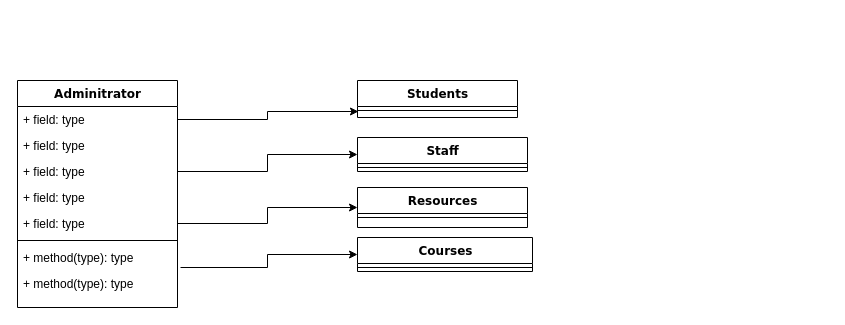
Above: extra/Untitled Diagram.drawio in Laxman67/SchoolCool (draw.io), before the change. Source tidied: cells renumbered, new cells numbered last; positions are measured from the earlier drawing's top-left corner, leaving out a move shared by most shapes. Both pictures are drawn from the tidied source at 100%, with x=0, y=0 at pixel (17, 80).
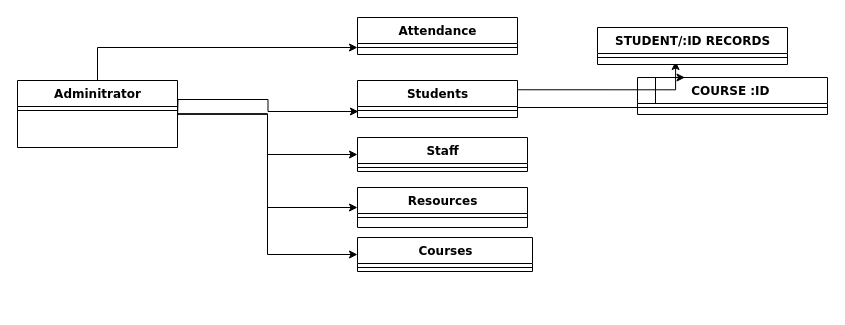
The same diagram, later.

Unchanged cells that the change refers to:
```xml
<mxCell id="11" value="Students" style="swimlane;html=1;fontStyle=1;align=center;verticalAlign=top;horizontal=1;startSize=26;swimlaneFillColor=#ffffff;rounded=0;shadow=0;comic=0;labelBackgroundColor=none;strokeWidth=1;fillColor=none;fontFamily=Verdana;fontSize=12;" parent="1" vertex="1">
  <mxGeometry x="340" width="160" height="37" as="geometry" />
</mxCell>
<mxCell id="12" style="line;html=1;strokeWidth=1;fillColor=none;align=left;verticalAlign=middle;spacingTop=-1;spacingLeft=3;spacingRight=3;labelPosition=right;points=[];portConstraint=eastwest;" parent="11" vertex="1">
  <mxGeometry y="26" width="160" height="8" as="geometry" />
</mxCell>
<mxCell id="13" value="Staff" style="swimlane;html=1;fontStyle=1;align=center;verticalAlign=top;horizontal=1;startSize=26;swimlaneFillColor=#ffffff;rounded=0;shadow=0;comic=0;labelBackgroundColor=none;strokeWidth=1;fillColor=none;fontFamily=Verdana;fontSize=12;" parent="1" vertex="1">
  <mxGeometry x="340" y="57" width="170" height="34" as="geometry" />
</mxCell>
<mxCell id="16" value="Resources" style="swimlane;html=1;fontStyle=1;align=center;verticalAlign=top;horizontal=1;startSize=26;swimlaneFillColor=#ffffff;rounded=0;shadow=0;comic=0;labelBackgroundColor=none;strokeWidth=1;fillColor=none;fontFamily=Verdana;fontSize=12;" parent="1" vertex="1">
  <mxGeometry x="340" y="107" width="170" height="40" as="geometry" />
</mxCell>
<mxCell id="20" value="Courses" style="swimlane;html=1;fontStyle=1;align=center;verticalAlign=top;horizontal=1;startSize=26;swimlaneFillColor=#ffffff;rounded=0;shadow=0;comic=0;labelBackgroundColor=none;strokeWidth=1;fillColor=none;fontFamily=Verdana;fontSize=12;" parent="1" vertex="1">
  <mxGeometry x="340" y="157" width="175" height="34" as="geometry" />
</mxCell>
```

Diff of the diagram source:
```diff
@@
+    <mxCell id="23" style="edgeStyle=orthogonalEdgeStyle;rounded=0;jettySize=auto;html=1;entryX=0;entryY=0.5;entryDx=0;entryDy=0;" parent="1" edge="1" source="2" target="20">
+      <mxGeometry relative="1" as="geometry" />
+    </mxCell>
+    <mxCell id="24" style="edgeStyle=orthogonalEdgeStyle;rounded=0;jettySize=auto;html=1;" parent="1" edge="1" source="2" target="28">
+      <mxGeometry relative="1" as="geometry" />
+    </mxCell>
     <mxCell id="2" value="Adminitrator" style="swimlane;html=1;fontStyle=1;align=center;verticalAlign=top;horizontal=1;startSize=26;swimlaneFillColor=#ffffff;rounded=0;shadow=0;comic=0;labelBackgroundColor=none;strokeWidth=1;fillColor=none;fontFamily=Verdana;fontSize=12;" parent="1" vertex="1">
-      <mxGeometry width="160" height="227" as="geometry" />
+      <mxGeometry width="160" height="67" as="geometry" />
     </mxCell>
-    <mxCell id="3" value="+ field: type" style="text;html=1;strokeColor=none;fillColor=none;align=left;verticalAlign=top;spacingLeft=4;spacingRight=4;whiteSpace=wrap;overflow=hidden;points=[[0,0.5],[1,0.5]];portConstraint=eastwest;" parent="2" vertex="1">
-      <mxGeometry y="26" width="160" height="26" as="geometry" />
-    </mxCell>
-    <mxCell id="4" value="+ field: type" style="text;html=1;strokeColor=none;fillColor=none;align=left;verticalAlign=top;spacingLeft=4;spacingRight=4;whiteSpace=wrap;overflow=hidden;" parent="2" vertex="1">
-      <mxGeometry y="52" width="160" height="26" as="geometry" />
-    </mxCell>
-    <mxCell id="5" value="+ field: type" style="text;html=1;strokeColor=none;fillColor=none;align=left;verticalAlign=top;spacingLeft=4;spacingRight=4;whiteSpace=wrap;overflow=hidden;points=[[0,0.5],[1,0.5]];portConstraint=eastwest;" parent="2" vertex="1">
-      <mxGeometry y="78" width="160" height="26" as="geometry" />
-    </mxCell>
-    <mxCell id="6" value="+ field: type" style="text;html=1;strokeColor=none;fillColor=none;align=left;verticalAlign=top;spacingLeft=4;spacingRight=4;whiteSpace=wrap;overflow=hidden;" parent="2" vertex="1">
-      <mxGeometry y="104" width="160" height="26" as="geometry" />
-    </mxCell>
-    <mxCell id="7" value="+ field: type" style="text;html=1;strokeColor=none;fillColor=none;align=left;verticalAlign=top;spacingLeft=4;spacingRight=4;whiteSpace=wrap;overflow=hidden;points=[[0,0.5],[1,0.5]];portConstraint=eastwest;" parent="2" vertex="1">
-      <mxGeometry y="130" width="160" height="26" as="geometry" />
-    </mxCell>
     <mxCell id="8" style="line;html=1;strokeWidth=1;fillColor=none;align=left;verticalAlign=middle;spacingTop=-1;spacingLeft=3;spacingRight=3;labelPosition=right;" parent="2" vertex="1">
-      <mxGeometry y="156" width="160" height="8" as="geometry" />
+      <mxGeometry y="26" width="160" height="8" as="geometry" />
     </mxCell>
-    <mxCell id="9" value="+ method(type): type" style="text;html=1;strokeColor=none;fillColor=none;align=left;verticalAlign=top;spacingLeft=4;spacingRight=4;whiteSpace=wrap;overflow=hidden;points=[[0,0.5],[1,0.5]];portConstraint=eastwest;" parent="2" vertex="1">
-      <mxGeometry y="164" width="160" height="26" as="geometry" />
-    </mxCell>
-    <mxCell id="10" value="+ method(type): type" style="text;html=1;strokeColor=none;fillColor=none;align=left;verticalAlign=top;spacingLeft=4;spacingRight=4;whiteSpace=wrap;overflow=hidden;" parent="2" vertex="1">
-      <mxGeometry y="190" width="160" height="26" as="geometry" />
-    </mxCell>
+    <mxCell id="25" style="edgeStyle=orthogonalEdgeStyle;rounded=0;jettySize=auto;html=1;entryX=0.411;entryY=1;entryDx=0;entryDy=0;entryPerimeter=0;exitX=1;exitY=0.25;exitDx=0;exitDy=0;" parent="1" edge="1" source="11" target="30">
+      <mxGeometry relative="1" as="geometry" />
+    </mxCell>
+    <mxCell id="26" style="edgeStyle=orthogonalEdgeStyle;rounded=0;jettySize=auto;html=1;entryX=0.25;entryY=0;entryDx=0;entryDy=0;" parent="1" edge="1" source="11" target="31">
+      <mxGeometry relative="1" as="geometry">
+        <Array as="points">
+          <mxPoint x="638" y="27" />
+        </Array>
+      </mxGeometry>
+    </mxCell>
@@
-    <mxCell id="15" style="edgeStyle=orthogonalEdgeStyle;rounded=0;jettySize=auto;html=1;entryX=0.006;entryY=0.625;entryDx=0;entryDy=0;entryPerimeter=0;" parent="1" edge="1" source="3" target="12">
-      <mxGeometry relative="1" as="geometry" />
+    <mxCell id="15" style="edgeStyle=orthogonalEdgeStyle;rounded=0;jettySize=auto;html=1;entryX=0.006;entryY=0.625;entryDx=0;entryDy=0;entryPerimeter=0;" parent="1" edge="1" target="12">
+      <mxGeometry relative="1" as="geometry">
+        <mxPoint x="160" y="39" as="sourcePoint" />
+      </mxGeometry>
     </mxCell>
@@
-    <mxCell id="18" style="edgeStyle=orthogonalEdgeStyle;rounded=0;jettySize=auto;html=1;" parent="1" edge="1" source="5" target="13">
+    <mxCell id="18" style="edgeStyle=orthogonalEdgeStyle;rounded=0;jettySize=auto;html=1;exitX=1;exitY=0.5;exitDx=0;exitDy=0;" parent="1" edge="1" source="2" target="13">
       <mxGeometry relative="1" as="geometry" />
     </mxCell>
-    <mxCell id="19" style="edgeStyle=orthogonalEdgeStyle;rounded=0;jettySize=auto;html=1;entryX=0;entryY=0.5;entryDx=0;entryDy=0;" parent="1" edge="1" source="7" target="16">
+    <mxCell id="19" style="edgeStyle=orthogonalEdgeStyle;rounded=0;jettySize=auto;html=1;entryX=0;entryY=0.5;entryDx=0;entryDy=0;exitX=1;exitY=0.5;exitDx=0;exitDy=0;" parent="1" edge="1" source="2" target="16">
       <mxGeometry relative="1" as="geometry" />
     </mxCell>
@@
-    <mxCell id="22" style="edgeStyle=orthogonalEdgeStyle;rounded=0;jettySize=auto;html=1;entryX=0;entryY=0.5;entryDx=0;entryDy=0;exitX=1.019;exitY=0.885;exitDx=0;exitDy=0;exitPerimeter=0;" parent="1" edge="1" source="9" target="20">
-      <mxGeometry relative="1" as="geometry" />
-    </mxCell>
+    <mxCell id="27" value="Attendance" style="swimlane;html=1;fontStyle=1;align=center;verticalAlign=top;horizontal=1;startSize=26;swimlaneFillColor=#ffffff;rounded=0;shadow=0;comic=0;labelBackgroundColor=none;strokeWidth=1;fillColor=none;fontFamily=Verdana;fontSize=12;" parent="1" vertex="1">
+      <mxGeometry x="340" y="-63" width="160" height="37" as="geometry" />
+    </mxCell>
+    <mxCell id="28" style="line;html=1;strokeWidth=1;fillColor=none;align=left;verticalAlign=middle;spacingTop=-1;spacingLeft=3;spacingRight=3;labelPosition=right;points=[];portConstraint=eastwest;" parent="27" vertex="1">
+      <mxGeometry y="26" width="160" height="8" as="geometry" />
+    </mxCell>
+    <mxCell id="29" value="STUDENT/:ID RECORDS" style="swimlane;html=1;fontStyle=1;align=center;verticalAlign=top;horizontal=1;startSize=26;swimlaneFillColor=#ffffff;rounded=0;shadow=0;comic=0;labelBackgroundColor=none;strokeWidth=1;fillColor=none;fontFamily=Verdana;fontSize=12;" parent="1" vertex="1">
+      <mxGeometry x="580" y="-53" width="190" height="37" as="geometry" />
+    </mxCell>
+    <mxCell id="30" style="line;html=1;strokeWidth=1;fillColor=none;align=left;verticalAlign=middle;spacingTop=-1;spacingLeft=3;spacingRight=3;labelPosition=right;points=[];portConstraint=eastwest;" parent="29" vertex="1">
+      <mxGeometry y="26" width="190" height="8" as="geometry" />
+    </mxCell>
+    <mxCell id="31" value="COURSE :ID&amp;nbsp;&lt;div&gt;&lt;br&gt;&lt;/div&gt;" style="swimlane;html=1;fontStyle=1;align=center;verticalAlign=top;horizontal=1;startSize=26;swimlaneFillColor=#ffffff;rounded=0;shadow=0;comic=0;labelBackgroundColor=none;strokeWidth=1;fillColor=none;fontFamily=Verdana;fontSize=12;" parent="1" vertex="1">
+      <mxGeometry x="620" y="-3" width="190" height="37" as="geometry" />
+    </mxCell>
+    <mxCell id="32" style="line;html=1;strokeWidth=1;fillColor=none;align=left;verticalAlign=middle;spacingTop=-1;spacingLeft=3;spacingRight=3;labelPosition=right;" parent="31" vertex="1">
+      <mxGeometry y="26" width="190" height="8" as="geometry" />
+    </mxCell>
```
